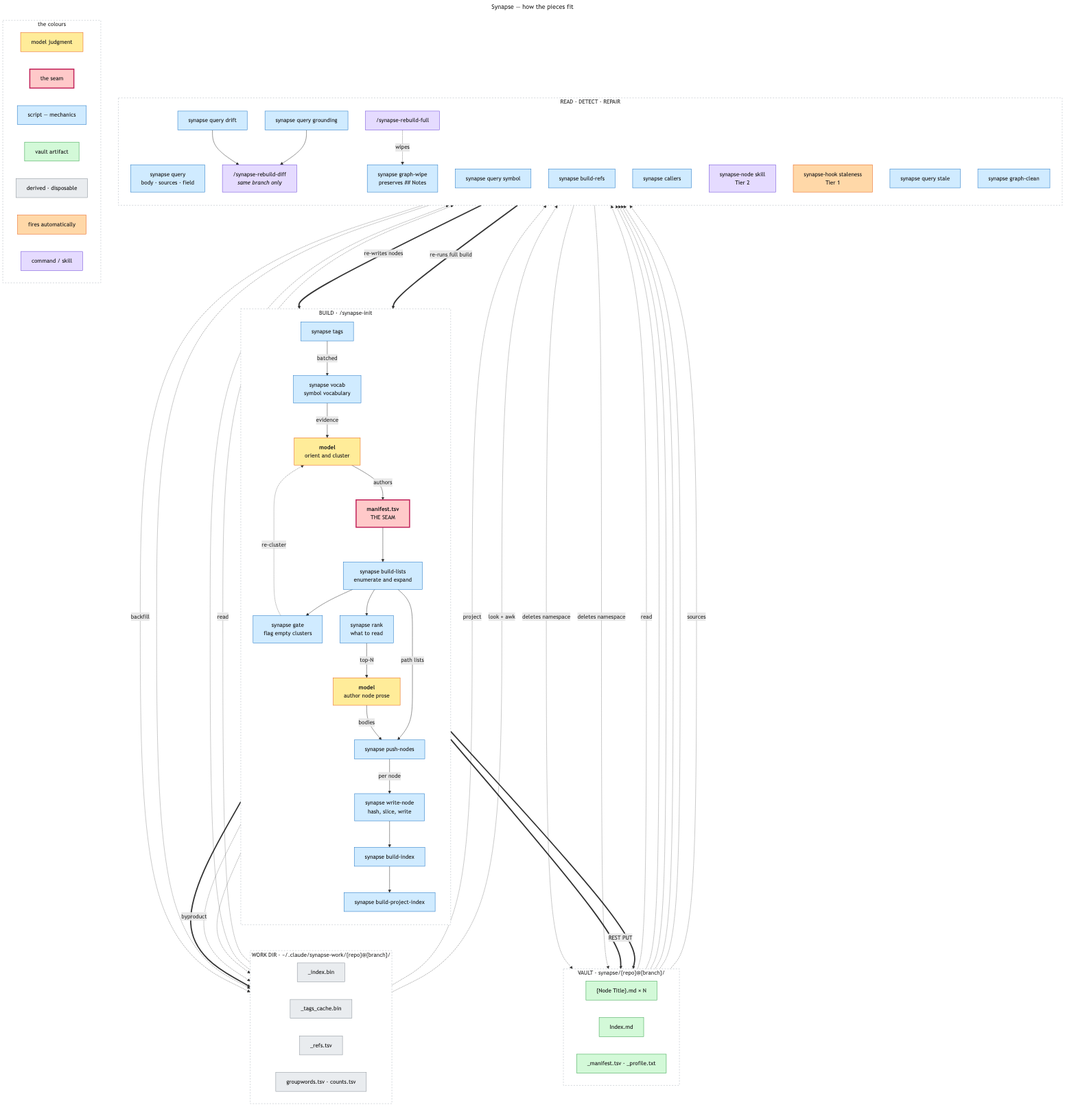
Before: docs/diagrams/synapse-pipeline.png, a diagram exported from Mermaid (imunitic/synapse). Its source is kept beside it as docs/diagrams/synapse-pipeline.mmd.
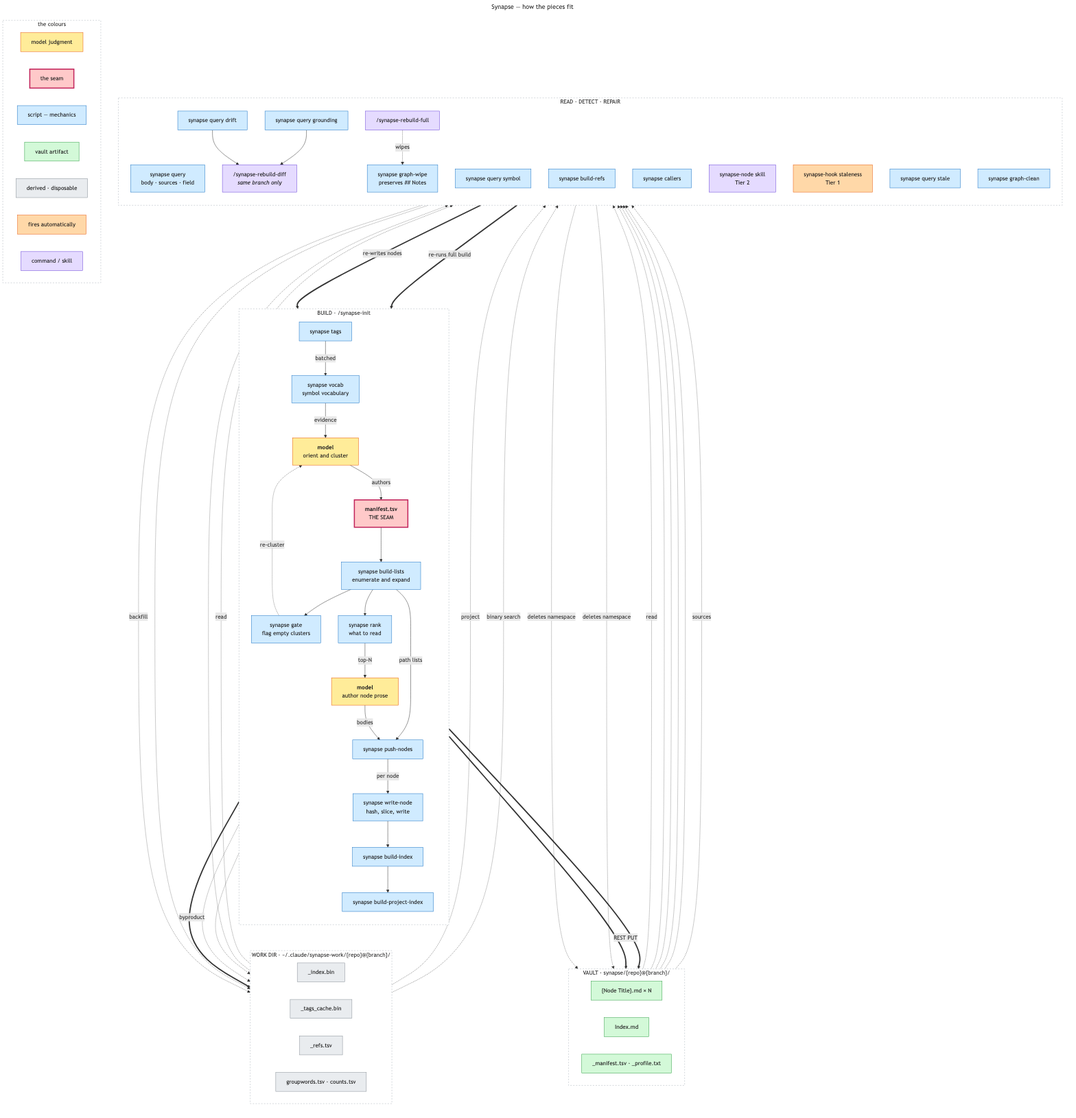
Above is the later version.

What changed in the source:
```diff
@@ -92,7 +92,7 @@
     SYMBOL -.->|"backfill"| TAGSCACHE
     TAGSCACHE -.->|"project"| REFS
     REFS -.-> REFSIDX
-    REFSIDX -.->|"look + awk"| CALLERS
+    REFSIDX -.->|"binary search"| CALLERS
     REBUILDDIFF ==>|"re-writes nodes"| WRITE
     REBUILDFULL ==>|"re-runs full build"| BUILD
     CLEAN -.->|"deletes namespace"| NODE
```
